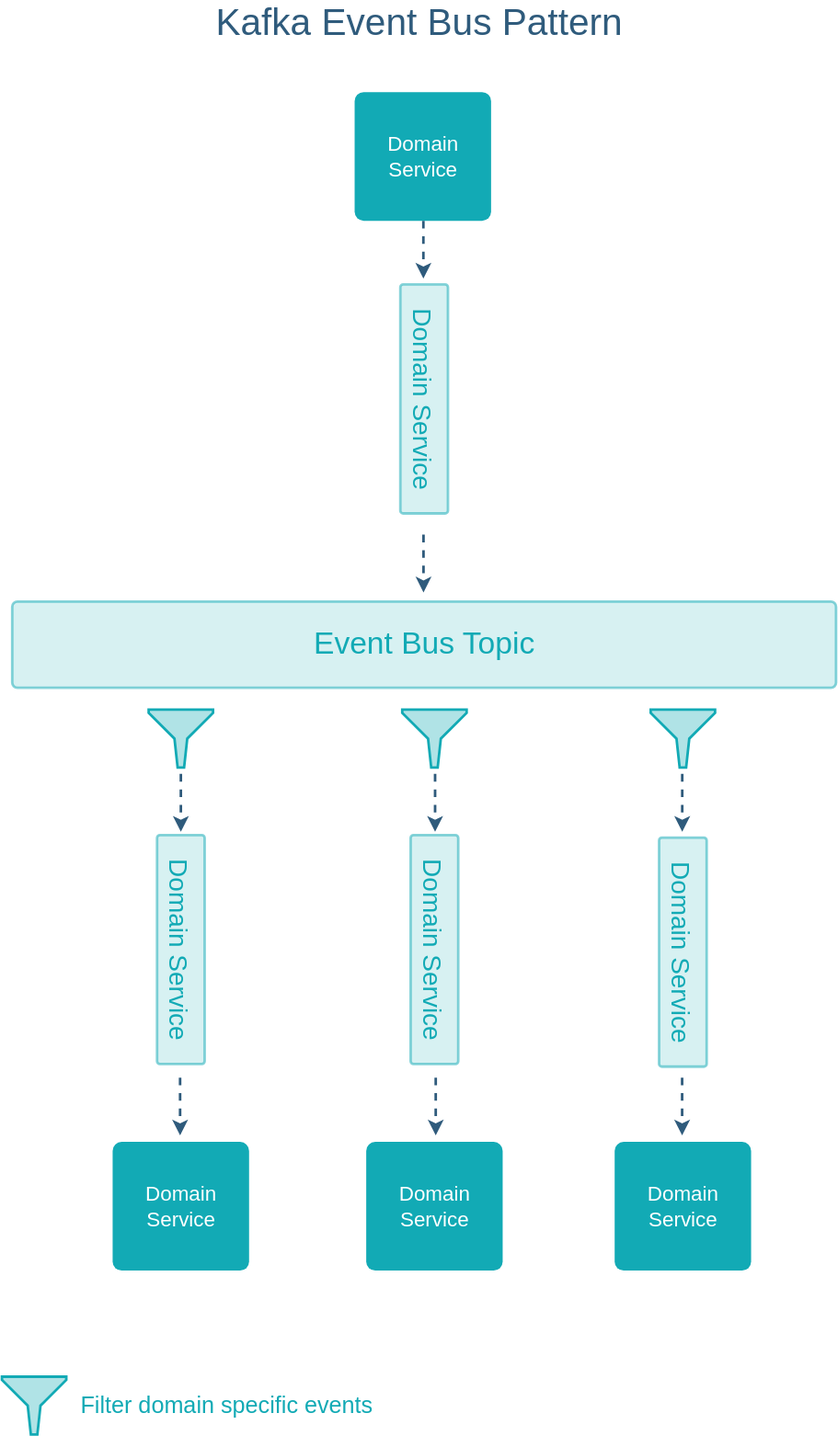
jinternals/architecture-design keeps this draw.io diagram as event-driven-architecture/kafka-event-bus-pattern.svg. Above is the earlier version. Source tidied: cells renumbered, new cells last; positions are measured from the earlier drawing's top-left corner, leaving out a move shared by most shapes. Source of this version:
```xml
<mxGraphModel>
  <root>
    <mxCell id="0" />
    <mxCell id="1" parent="0" />
    <mxCell id="2" value="&lt;span style=&quot;color: rgb(18 , 170 , 181) ; font-size: 24px&quot;&gt;Event Bus Topic&lt;/span&gt;" style="rounded=1;fillColor=#B0E3E6;strokeWidth=2;html=1;strokeColor=#12AAB5;arcSize=6;opacity=50;" parent="1" vertex="1">
      <mxGeometry x="8" y="460" width="640" height="67" as="geometry" />
    </mxCell>
    <mxCell id="3" value="&lt;span style=&quot;color: rgb(18 , 170 , 181)&quot;&gt;&lt;font style=&quot;font-size: 20px&quot;&gt;Domain Service&lt;/font&gt;&lt;br&gt;&lt;/span&gt;" style="rounded=1;fillColor=#B0E3E6;strokeWidth=2;html=1;strokeColor=#12AAB5;arcSize=6;opacity=50;rotation=90;" parent="1" vertex="1">
      <mxGeometry x="50" y="712" width="178" height="37" as="geometry" />
    </mxCell>
    <mxCell id="4" value="&lt;span style=&quot;color: rgb(18 , 170 , 181)&quot;&gt;&lt;font style=&quot;font-size: 20px&quot;&gt;Domain Service&lt;/font&gt;&lt;br&gt;&lt;/span&gt;" style="rounded=1;fillColor=#B0E3E6;strokeWidth=2;html=1;strokeColor=#12AAB5;arcSize=6;opacity=50;rotation=90;" parent="1" vertex="1">
      <mxGeometry x="247" y="712" width="178" height="37" as="geometry" />
    </mxCell>
    <mxCell id="5" value="&lt;span style=&quot;color: rgb(18 , 170 , 181)&quot;&gt;&lt;font style=&quot;font-size: 20px&quot;&gt;Domain Service&lt;/font&gt;&lt;br&gt;&lt;/span&gt;" style="rounded=1;fillColor=#B0E3E6;strokeWidth=2;html=1;strokeColor=#12AAB5;arcSize=6;opacity=50;rotation=90;" parent="1" vertex="1">
      <mxGeometry x="440" y="714" width="178" height="37" as="geometry" />
    </mxCell>
    <mxCell id="6" style="edgeStyle=none;rounded=0;orthogonalLoop=1;jettySize=auto;html=1;exitX=0.5;exitY=1;exitDx=0;exitDy=0;shadow=0;dashed=1;startArrow=none;startFill=0;strokeColor=#2F5B7C;strokeWidth=2;fontSize=20;" parent="1" edge="1">
      <mxGeometry relative="1" as="geometry">
        <mxPoint x="139" y="594" as="sourcePoint" />
        <mxPoint x="139" y="639" as="targetPoint" />
      </mxGeometry>
    </mxCell>
    <mxCell id="7" style="edgeStyle=none;rounded=0;orthogonalLoop=1;jettySize=auto;html=1;exitX=0.5;exitY=1;exitDx=0;exitDy=0;shadow=0;dashed=1;startArrow=none;startFill=0;strokeColor=#2F5B7C;strokeWidth=2;fontSize=20;" parent="1" edge="1">
      <mxGeometry relative="1" as="geometry">
        <mxPoint x="336.5" y="594" as="sourcePoint" />
        <mxPoint x="336.5" y="639" as="targetPoint" />
      </mxGeometry>
    </mxCell>
    <mxCell id="8" style="edgeStyle=none;rounded=0;orthogonalLoop=1;jettySize=auto;html=1;exitX=0.5;exitY=1;exitDx=0;exitDy=0;shadow=0;dashed=1;startArrow=none;startFill=0;strokeColor=#2F5B7C;strokeWidth=2;fontSize=20;" parent="1" edge="1">
      <mxGeometry relative="1" as="geometry">
        <mxPoint x="528.5" y="594" as="sourcePoint" />
        <mxPoint x="528.5" y="639" as="targetPoint" />
      </mxGeometry>
    </mxCell>
    <mxCell id="9" style="edgeStyle=none;rounded=0;orthogonalLoop=1;jettySize=auto;html=1;exitX=0.5;exitY=1;exitDx=0;exitDy=0;shadow=0;dashed=1;startArrow=none;startFill=0;strokeColor=#2F5B7C;strokeWidth=2;fontSize=20;" parent="1" edge="1">
      <mxGeometry relative="1" as="geometry">
        <mxPoint x="327.5" y="408" as="sourcePoint" />
        <mxPoint x="327.5" y="453" as="targetPoint" />
      </mxGeometry>
    </mxCell>
    <mxCell id="10" style="shadow=0;dashed=0;html=1;strokeColor=#12AAB5;labelPosition=center;verticalLabelPosition=bottom;verticalAlign=top;align=center;fillColor=#B0E3E6;shape=mxgraph.mscae.enterprise.filter;strokeWidth=2;" parent="1" vertex="1">
      <mxGeometry x="114" y="544" width="50" height="45" as="geometry" />
    </mxCell>
    <mxCell id="11" style="shadow=0;dashed=0;html=1;strokeColor=#12AAB5;labelPosition=center;verticalLabelPosition=bottom;verticalAlign=top;align=center;fillColor=#B0E3E6;shape=mxgraph.mscae.enterprise.filter;strokeWidth=2;" parent="1" vertex="1">
      <mxGeometry x="311" y="544" width="50" height="45" as="geometry" />
    </mxCell>
    <mxCell id="12" style="shadow=0;dashed=0;html=1;strokeColor=#12AAB5;labelPosition=center;verticalLabelPosition=bottom;verticalAlign=top;align=center;fillColor=#B0E3E6;shape=mxgraph.mscae.enterprise.filter;strokeWidth=2;" parent="1" vertex="1">
      <mxGeometry x="504" y="544" width="50" height="45" as="geometry" />
    </mxCell>
    <mxCell id="13" value="&lt;span style=&quot;color: rgb(18 , 170 , 181)&quot;&gt;&lt;font style=&quot;font-size: 20px&quot;&gt;Domain Service&lt;/font&gt;&lt;br&gt;&lt;/span&gt;" style="rounded=1;fillColor=#B0E3E6;strokeWidth=2;html=1;strokeColor=#12AAB5;arcSize=6;opacity=50;rotation=90;" parent="1" vertex="1">
      <mxGeometry x="239" y="284" width="178" height="37" as="geometry" />
    </mxCell>
    <mxCell id="14" style="shadow=0;dashed=0;html=1;strokeColor=#12AAB5;labelPosition=center;verticalLabelPosition=bottom;verticalAlign=top;align=center;fillColor=#B0E3E6;shape=mxgraph.mscae.enterprise.filter;strokeWidth=2;" parent="1" vertex="1">
      <mxGeometry y="1062.5" width="50" height="45" as="geometry" />
    </mxCell>
    <mxCell id="15" value="&lt;font style=&quot;font-size: 18px&quot; color=&quot;#12aab5&quot;&gt;Filter domain specific events&lt;/font&gt;" style="text;html=1;strokeColor=none;fillColor=none;align=center;verticalAlign=middle;whiteSpace=wrap;rounded=0;" parent="1" vertex="1">
      <mxGeometry x="50" y="1075" width="250" height="20" as="geometry" />
    </mxCell>
    <mxCell id="16" value="Domain&lt;br&gt;Service" style="rounded=1;fillColor=#12aab5;strokeWidth=2;html=1;strokeColor=none;fontColor=#FFFFFF;fontSize=16;arcSize=7;perimeterSpacing=4;" parent="1" vertex="1">
      <mxGeometry x="274" y="64" width="106" height="100" as="geometry" />
    </mxCell>
    <mxCell id="17" style="edgeStyle=none;rounded=0;orthogonalLoop=1;jettySize=auto;html=1;exitX=0.5;exitY=1;exitDx=0;exitDy=0;shadow=0;dashed=1;startArrow=none;startFill=0;strokeColor=#2F5B7C;strokeWidth=2;fontSize=20;" parent="1" edge="1">
      <mxGeometry relative="1" as="geometry">
        <mxPoint x="327.4" y="164" as="sourcePoint" />
        <mxPoint x="327.4" y="209" as="targetPoint" />
      </mxGeometry>
    </mxCell>
    <mxCell id="18" value="Domain&lt;br&gt;Service" style="rounded=1;fillColor=#12aab5;strokeWidth=2;html=1;strokeColor=none;fontColor=#FFFFFF;fontSize=16;arcSize=7;perimeterSpacing=4;" parent="1" vertex="1">
      <mxGeometry x="86" y="880" width="106" height="100" as="geometry" />
    </mxCell>
    <mxCell id="19" value="Domain&lt;br&gt;Service" style="rounded=1;fillColor=#12aab5;strokeWidth=2;html=1;strokeColor=none;fontColor=#FFFFFF;fontSize=16;arcSize=7;perimeterSpacing=4;" parent="1" vertex="1">
      <mxGeometry x="283" y="880" width="106" height="100" as="geometry" />
    </mxCell>
    <mxCell id="20" value="Domain&lt;br&gt;Service" style="rounded=1;fillColor=#12aab5;strokeWidth=2;html=1;strokeColor=none;fontColor=#FFFFFF;fontSize=16;arcSize=7;perimeterSpacing=4;" parent="1" vertex="1">
      <mxGeometry x="476" y="880" width="106" height="100" as="geometry" />
    </mxCell>
    <mxCell id="21" style="edgeStyle=none;rounded=0;orthogonalLoop=1;jettySize=auto;html=1;exitX=0.5;exitY=1;exitDx=0;exitDy=0;shadow=0;dashed=1;startArrow=none;startFill=0;strokeColor=#2F5B7C;strokeWidth=2;fontSize=20;" parent="1" edge="1">
      <mxGeometry relative="1" as="geometry">
        <mxPoint x="138.4" y="830" as="sourcePoint" />
        <mxPoint x="138.4" y="875" as="targetPoint" />
      </mxGeometry>
    </mxCell>
    <mxCell id="22" style="edgeStyle=none;rounded=0;orthogonalLoop=1;jettySize=auto;html=1;exitX=0.5;exitY=1;exitDx=0;exitDy=0;shadow=0;dashed=1;startArrow=none;startFill=0;strokeColor=#2F5B7C;strokeWidth=2;fontSize=20;" parent="1" edge="1">
      <mxGeometry relative="1" as="geometry">
        <mxPoint x="337" y="830" as="sourcePoint" />
        <mxPoint x="337" y="875" as="targetPoint" />
      </mxGeometry>
    </mxCell>
    <mxCell id="23" style="edgeStyle=none;rounded=0;orthogonalLoop=1;jettySize=auto;html=1;exitX=0.5;exitY=1;exitDx=0;exitDy=0;shadow=0;dashed=1;startArrow=none;startFill=0;strokeColor=#2F5B7C;strokeWidth=2;fontSize=20;" parent="1" edge="1">
      <mxGeometry relative="1" as="geometry">
        <mxPoint x="528.4" y="830" as="sourcePoint" />
        <mxPoint x="528.4" y="875" as="targetPoint" />
      </mxGeometry>
    </mxCell>
    <mxCell id="24" value="&lt;font color=&quot;#2f5b7c&quot;&gt;&lt;font style=&quot;font-size: 29px&quot;&gt;Kafka Event Bus Pattern&lt;/font&gt;&lt;br&gt;&lt;/font&gt;" style="text;html=1;strokeColor=none;fillColor=none;align=center;verticalAlign=middle;whiteSpace=wrap;rounded=0;fontSize=20;rotation=0;" parent="1" vertex="1">
      <mxGeometry x="150" width="349" height="20" as="geometry" />
    </mxCell>
  </root>
</mxGraphModel>
```
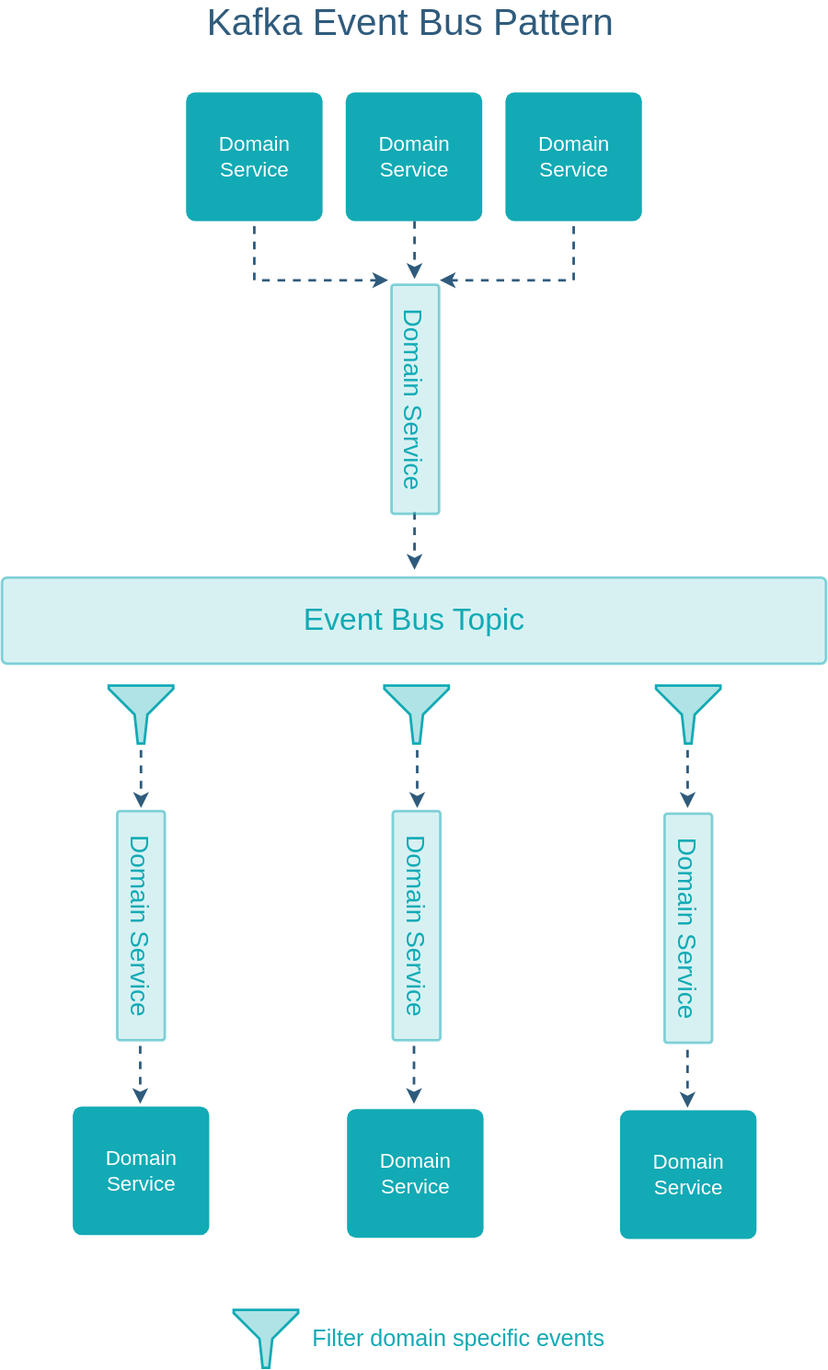
The same file after the commit.

Commit message:
Added kafka event-bus-pattern

The edit, as a diff of the source:
```diff
@@ -3,58 +3,58 @@
     <mxCell id="0" />
     <mxCell id="1" parent="0" />
     <mxCell id="2" value="&lt;span style=&quot;color: rgb(18 , 170 , 181) ; font-size: 24px&quot;&gt;Event Bus Topic&lt;/span&gt;" style="rounded=1;fillColor=#B0E3E6;strokeWidth=2;html=1;strokeColor=#12AAB5;arcSize=6;opacity=50;" parent="1" vertex="1">
-      <mxGeometry x="8" y="460" width="640" height="67" as="geometry" />
+      <mxGeometry x="7" y="441" width="640" height="67" as="geometry" />
     </mxCell>
     <mxCell id="3" value="&lt;span style=&quot;color: rgb(18 , 170 , 181)&quot;&gt;&lt;font style=&quot;font-size: 20px&quot;&gt;Domain Service&lt;/font&gt;&lt;br&gt;&lt;/span&gt;" style="rounded=1;fillColor=#B0E3E6;strokeWidth=2;html=1;strokeColor=#12AAB5;arcSize=6;opacity=50;rotation=90;" parent="1" vertex="1">
-      <mxGeometry x="50" y="712" width="178" height="37" as="geometry" />
+      <mxGeometry x="26" y="693" width="178" height="37" as="geometry" />
     </mxCell>
     <mxCell id="4" value="&lt;span style=&quot;color: rgb(18 , 170 , 181)&quot;&gt;&lt;font style=&quot;font-size: 20px&quot;&gt;Domain Service&lt;/font&gt;&lt;br&gt;&lt;/span&gt;" style="rounded=1;fillColor=#B0E3E6;strokeWidth=2;html=1;strokeColor=#12AAB5;arcSize=6;opacity=50;rotation=90;" parent="1" vertex="1">
-      <mxGeometry x="247" y="712" width="178" height="37" as="geometry" />
+      <mxGeometry x="240" y="693" width="178" height="37" as="geometry" />
     </mxCell>
     <mxCell id="5" value="&lt;span style=&quot;color: rgb(18 , 170 , 181)&quot;&gt;&lt;font style=&quot;font-size: 20px&quot;&gt;Domain Service&lt;/font&gt;&lt;br&gt;&lt;/span&gt;" style="rounded=1;fillColor=#B0E3E6;strokeWidth=2;html=1;strokeColor=#12AAB5;arcSize=6;opacity=50;rotation=90;" parent="1" vertex="1">
-      <mxGeometry x="440" y="714" width="178" height="37" as="geometry" />
+      <mxGeometry x="451" y="695" width="178" height="37" as="geometry" />
     </mxCell>
     <mxCell id="6" style="edgeStyle=none;rounded=0;orthogonalLoop=1;jettySize=auto;html=1;exitX=0.5;exitY=1;exitDx=0;exitDy=0;shadow=0;dashed=1;startArrow=none;startFill=0;strokeColor=#2F5B7C;strokeWidth=2;fontSize=20;" parent="1" edge="1">
       <mxGeometry relative="1" as="geometry">
-        <mxPoint x="139" y="594" as="sourcePoint" />
-        <mxPoint x="139" y="639" as="targetPoint" />
+        <mxPoint x="115" y="575" as="sourcePoint" />
+        <mxPoint x="115" y="620" as="targetPoint" />
       </mxGeometry>
     </mxCell>
     <mxCell id="7" style="edgeStyle=none;rounded=0;orthogonalLoop=1;jettySize=auto;html=1;exitX=0.5;exitY=1;exitDx=0;exitDy=0;shadow=0;dashed=1;startArrow=none;startFill=0;strokeColor=#2F5B7C;strokeWidth=2;fontSize=20;" parent="1" edge="1">
       <mxGeometry relative="1" as="geometry">
-        <mxPoint x="336.5" y="594" as="sourcePoint" />
-        <mxPoint x="336.5" y="639" as="targetPoint" />
+        <mxPoint x="329.5" y="575" as="sourcePoint" />
+        <mxPoint x="329.5" y="620" as="targetPoint" />
       </mxGeometry>
     </mxCell>
     <mxCell id="8" style="edgeStyle=none;rounded=0;orthogonalLoop=1;jettySize=auto;html=1;exitX=0.5;exitY=1;exitDx=0;exitDy=0;shadow=0;dashed=1;startArrow=none;startFill=0;strokeColor=#2F5B7C;strokeWidth=2;fontSize=20;" parent="1" edge="1">
       <mxGeometry relative="1" as="geometry">
-        <mxPoint x="528.5" y="594" as="sourcePoint" />
-        <mxPoint x="528.5" y="639" as="targetPoint" />
+        <mxPoint x="539.5" y="575" as="sourcePoint" />
+        <mxPoint x="539.5" y="620" as="targetPoint" />
       </mxGeometry>
     </mxCell>
     <mxCell id="9" style="edgeStyle=none;rounded=0;orthogonalLoop=1;jettySize=auto;html=1;exitX=0.5;exitY=1;exitDx=0;exitDy=0;shadow=0;dashed=1;startArrow=none;startFill=0;strokeColor=#2F5B7C;strokeWidth=2;fontSize=20;" parent="1" edge="1">
       <mxGeometry relative="1" as="geometry">
-        <mxPoint x="327.5" y="408" as="sourcePoint" />
-        <mxPoint x="327.5" y="453" as="targetPoint" />
+        <mxPoint x="327.4" y="390" as="sourcePoint" />
+        <mxPoint x="327.4" y="435" as="targetPoint" />
       </mxGeometry>
     </mxCell>
     <mxCell id="10" style="shadow=0;dashed=0;html=1;strokeColor=#12AAB5;labelPosition=center;verticalLabelPosition=bottom;verticalAlign=top;align=center;fillColor=#B0E3E6;shape=mxgraph.mscae.enterprise.filter;strokeWidth=2;" parent="1" vertex="1">
-      <mxGeometry x="114" y="544" width="50" height="45" as="geometry" />
+      <mxGeometry x="90" y="525" width="50" height="45" as="geometry" />
     </mxCell>
     <mxCell id="11" style="shadow=0;dashed=0;html=1;strokeColor=#12AAB5;labelPosition=center;verticalLabelPosition=bottom;verticalAlign=top;align=center;fillColor=#B0E3E6;shape=mxgraph.mscae.enterprise.filter;strokeWidth=2;" parent="1" vertex="1">
-      <mxGeometry x="311" y="544" width="50" height="45" as="geometry" />
+      <mxGeometry x="304" y="525" width="50" height="45" as="geometry" />
     </mxCell>
     <mxCell id="12" style="shadow=0;dashed=0;html=1;strokeColor=#12AAB5;labelPosition=center;verticalLabelPosition=bottom;verticalAlign=top;align=center;fillColor=#B0E3E6;shape=mxgraph.mscae.enterprise.filter;strokeWidth=2;" parent="1" vertex="1">
-      <mxGeometry x="504" y="544" width="50" height="45" as="geometry" />
+      <mxGeometry x="515" y="525" width="50" height="45" as="geometry" />
     </mxCell>
     <mxCell id="13" value="&lt;span style=&quot;color: rgb(18 , 170 , 181)&quot;&gt;&lt;font style=&quot;font-size: 20px&quot;&gt;Domain Service&lt;/font&gt;&lt;br&gt;&lt;/span&gt;" style="rounded=1;fillColor=#B0E3E6;strokeWidth=2;html=1;strokeColor=#12AAB5;arcSize=6;opacity=50;rotation=90;" parent="1" vertex="1">
       <mxGeometry x="239" y="284" width="178" height="37" as="geometry" />
     </mxCell>
     <mxCell id="14" style="shadow=0;dashed=0;html=1;strokeColor=#12AAB5;labelPosition=center;verticalLabelPosition=bottom;verticalAlign=top;align=center;fillColor=#B0E3E6;shape=mxgraph.mscae.enterprise.filter;strokeWidth=2;" parent="1" vertex="1">
-      <mxGeometry y="1062.5" width="50" height="45" as="geometry" />
+      <mxGeometry x="187" y="1010" width="50" height="45" as="geometry" />
     </mxCell>
     <mxCell id="15" value="&lt;font style=&quot;font-size: 18px&quot; color=&quot;#12aab5&quot;&gt;Filter domain specific events&lt;/font&gt;" style="text;html=1;strokeColor=none;fillColor=none;align=center;verticalAlign=middle;whiteSpace=wrap;rounded=0;" parent="1" vertex="1">
-      <mxGeometry x="50" y="1075" width="250" height="20" as="geometry" />
+      <mxGeometry x="237" y="1022.5" width="250" height="20" as="geometry" />
     </mxCell>
     <mxCell id="16" value="Domain&lt;br&gt;Service" style="rounded=1;fillColor=#12aab5;strokeWidth=2;html=1;strokeColor=none;fontColor=#FFFFFF;fontSize=16;arcSize=7;perimeterSpacing=4;" parent="1" vertex="1">
       <mxGeometry x="274" y="64" width="106" height="100" as="geometry" />
@@ -66,34 +66,56 @@
       </mxGeometry>
     </mxCell>
     <mxCell id="18" value="Domain&lt;br&gt;Service" style="rounded=1;fillColor=#12aab5;strokeWidth=2;html=1;strokeColor=none;fontColor=#FFFFFF;fontSize=16;arcSize=7;perimeterSpacing=4;" parent="1" vertex="1">
-      <mxGeometry x="86" y="880" width="106" height="100" as="geometry" />
+      <mxGeometry x="62" y="852" width="106" height="100" as="geometry" />
     </mxCell>
     <mxCell id="19" value="Domain&lt;br&gt;Service" style="rounded=1;fillColor=#12aab5;strokeWidth=2;html=1;strokeColor=none;fontColor=#FFFFFF;fontSize=16;arcSize=7;perimeterSpacing=4;" parent="1" vertex="1">
-      <mxGeometry x="283" y="880" width="106" height="100" as="geometry" />
+      <mxGeometry x="275" y="854" width="106" height="100" as="geometry" />
     </mxCell>
     <mxCell id="20" value="Domain&lt;br&gt;Service" style="rounded=1;fillColor=#12aab5;strokeWidth=2;html=1;strokeColor=none;fontColor=#FFFFFF;fontSize=16;arcSize=7;perimeterSpacing=4;" parent="1" vertex="1">
-      <mxGeometry x="476" y="880" width="106" height="100" as="geometry" />
+      <mxGeometry x="487" y="855" width="106" height="100" as="geometry" />
     </mxCell>
     <mxCell id="21" style="edgeStyle=none;rounded=0;orthogonalLoop=1;jettySize=auto;html=1;exitX=0.5;exitY=1;exitDx=0;exitDy=0;shadow=0;dashed=1;startArrow=none;startFill=0;strokeColor=#2F5B7C;strokeWidth=2;fontSize=20;" parent="1" edge="1">
       <mxGeometry relative="1" as="geometry">
-        <mxPoint x="138.4" y="830" as="sourcePoint" />
-        <mxPoint x="138.4" y="875" as="targetPoint" />
+        <mxPoint x="114.4" y="805" as="sourcePoint" />
+        <mxPoint x="114.4" y="850" as="targetPoint" />
       </mxGeometry>
     </mxCell>
     <mxCell id="22" style="edgeStyle=none;rounded=0;orthogonalLoop=1;jettySize=auto;html=1;exitX=0.5;exitY=1;exitDx=0;exitDy=0;shadow=0;dashed=1;startArrow=none;startFill=0;strokeColor=#2F5B7C;strokeWidth=2;fontSize=20;" parent="1" edge="1">
       <mxGeometry relative="1" as="geometry">
-        <mxPoint x="337" y="830" as="sourcePoint" />
-        <mxPoint x="337" y="875" as="targetPoint" />
+        <mxPoint x="327" y="805" as="sourcePoint" />
+        <mxPoint x="327" y="850" as="targetPoint" />
       </mxGeometry>
     </mxCell>
     <mxCell id="23" style="edgeStyle=none;rounded=0;orthogonalLoop=1;jettySize=auto;html=1;exitX=0.5;exitY=1;exitDx=0;exitDy=0;shadow=0;dashed=1;startArrow=none;startFill=0;strokeColor=#2F5B7C;strokeWidth=2;fontSize=20;" parent="1" edge="1">
       <mxGeometry relative="1" as="geometry">
-        <mxPoint x="528.4" y="830" as="sourcePoint" />
-        <mxPoint x="528.4" y="875" as="targetPoint" />
+        <mxPoint x="539.4" y="808" as="sourcePoint" />
+        <mxPoint x="539.4" y="853" as="targetPoint" />
       </mxGeometry>
     </mxCell>
     <mxCell id="24" value="&lt;font color=&quot;#2f5b7c&quot;&gt;&lt;font style=&quot;font-size: 29px&quot;&gt;Kafka Event Bus Pattern&lt;/font&gt;&lt;br&gt;&lt;/font&gt;" style="text;html=1;strokeColor=none;fillColor=none;align=center;verticalAlign=middle;whiteSpace=wrap;rounded=0;fontSize=20;rotation=0;" parent="1" vertex="1">
       <mxGeometry x="150" width="349" height="20" as="geometry" />
     </mxCell>
+    <mxCell id="25" value="Domain&lt;br&gt;Service" style="rounded=1;fillColor=#12aab5;strokeWidth=2;html=1;strokeColor=none;fontColor=#FFFFFF;fontSize=16;arcSize=7;perimeterSpacing=4;" parent="1" vertex="1">
+      <mxGeometry x="150" y="64" width="106" height="100" as="geometry" />
+    </mxCell>
+    <mxCell id="26" value="Domain&lt;br&gt;Service" style="rounded=1;fillColor=#12aab5;strokeWidth=2;html=1;strokeColor=none;fontColor=#FFFFFF;fontSize=16;arcSize=7;perimeterSpacing=4;" parent="1" vertex="1">
+      <mxGeometry x="398" y="64" width="106" height="100" as="geometry" />
+    </mxCell>
+    <mxCell id="27" style="edgeStyle=none;rounded=0;jettySize=auto;html=1;shadow=0;dashed=1;startArrow=none;startFill=0;strokeColor=#2F5B7C;strokeWidth=2;fontSize=20;exitX=0.5;exitY=1;exitDx=0;exitDy=0;" parent="1" edge="1" source="25">
+      <mxGeometry relative="1" as="geometry">
+        <mxPoint x="307" y="210" as="targetPoint" />
+        <Array as="points">
+          <mxPoint x="203" y="210" />
+        </Array>
+      </mxGeometry>
+    </mxCell>
+    <mxCell id="28" style="edgeStyle=none;rounded=0;jettySize=auto;html=1;exitX=0.5;exitY=1;exitDx=0;exitDy=0;shadow=0;dashed=1;startArrow=none;startFill=0;strokeColor=#2F5B7C;strokeWidth=2;fontSize=20;" parent="1" edge="1" source="26">
+      <mxGeometry relative="1" as="geometry">
+        <mxPoint x="347" y="210" as="targetPoint" />
+        <Array as="points">
+          <mxPoint x="451" y="210" />
+        </Array>
+      </mxGeometry>
+    </mxCell>
   </root>
 </mxGraphModel>
```
